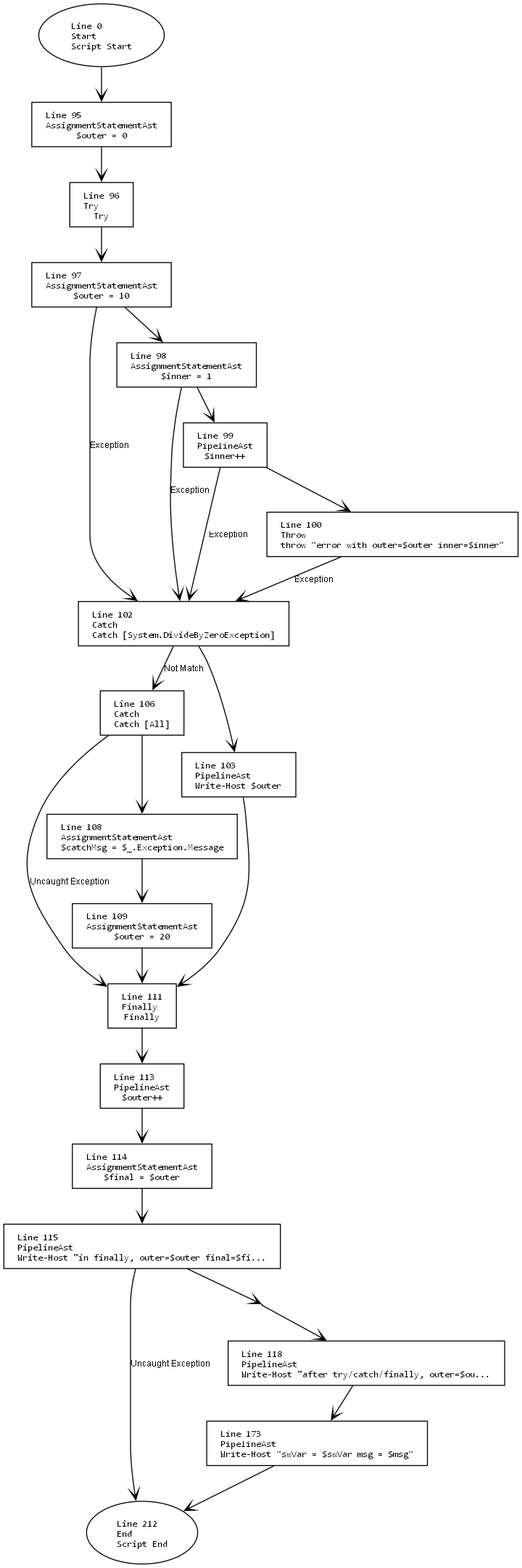
This is in/in.png from mine41/deob, a Graphviz export, as it was before one commit. Its source is kept beside it as in/in.dot.
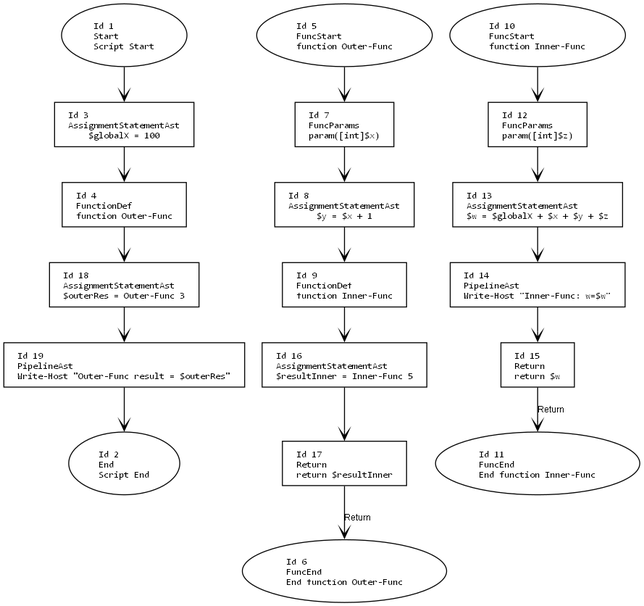
The same file after the commit.

What changed in the source:
```diff
@@ -10,50 +10,40 @@
     ];
     edge [fontname="Arial", arrowhead=vee, fontsize=9];
 
-    1 [label="Line 0\lStart\lScript Start", shape=oval];
-    2 [label="Line 212\lEnd\lScript End", shape=oval];
-    3 [label="Line 95\lAssignmentStatementAst\l$outer = 0", shape=box];
-    4 [label="Line 96\lTry\lTry", shape=box];
-    5 [label="Line 111\lFinally\lFinally", shape=box];
-    6 [label="Line 102\lCatch\lCatch [System.DivideByZeroException]", shape=box];
-    7 [label="Line 106\lCatch\lCatch [All]", shape=box];
-    8 [label="Line 97\lAssignmentStatementAst\l$outer = 10", shape=box];
-    9 [label="Line 98\lAssignmentStatementAst\l$inner = 1", shape=box];
-    10 [label="Line 99\lPipelineAst\l$inner++", shape=box];
-    11 [label="Line 100\lThrow\lthrow \"error with outer=$outer inner=$inner\"", shape=box];
-    12 [label="Line 103\lPipelineAst\lWrite-Host $outer", shape=box];
-    13 [label="Line 108\lAssignmentStatementAst\l$catchMsg = $_.Exception.Message", shape=box];
-    14 [label="Line 109\lAssignmentStatementAst\l$outer = 20", shape=box];
-    15 [label="Line 113\lPipelineAst\l$outer++", shape=box];
-    16 [label="Line 114\lAssignmentStatementAst\l$final = $outer", shape=box];
-    17 [label="Line 115\lPipelineAst\lWrite-Host \"in finally, outer=$outer final=$fi...", shape=box];
-    18 [label="Line 116\lMerge\lTry-End", shape=point];
-    19 [label="Line 118\lPipelineAst\lWrite-Host \"after try/catch/finally, outer=$ou...", shape=box];
-    20 [label="Line 173\lPipelineAst\lWrite-Host \"swVar = $swVar msg = $msg\"", shape=box];
+    1 [label="Id 1\lStart\lScript Start", shape=oval];
+    2 [label="Id 2\lEnd\lScript End", shape=oval];
+    3 [label="Id 3\lAssignmentStatementAst\l$globalX = 100", shape=box];
+    4 [label="Id 4\lFunctionDef\lfunction Outer-Func", shape=box];
+    5 [label="Id 5\lFuncStart\lfunction Outer-Func", shape=oval];
+    6 [label="Id 6\lFuncEnd\lEnd function Outer-Func", shape=oval];
+    7 [label="Id 7\lFuncParams\lparam([int]$x)", shape=box];
+    8 [label="Id 8\lAssignmentStatementAst\l$y = $x + 1", shape=box];
+    9 [label="Id 9\lFunctionDef\lfunction Inner-Func", shape=box];
+    10 [label="Id 10\lFuncStart\lfunction Inner-Func", shape=oval];
+    11 [label="Id 11\lFuncEnd\lEnd function Inner-Func", shape=oval];
+    12 [label="Id 12\lFuncParams\lparam([int]$z)", shape=box];
+    13 [label="Id 13\lAssignmentStatementAst\l$w = $globalX + $x + $y + $z", shape=box];
+    14 [label="Id 14\lPipelineAst\lWrite-Host \"Inner-Func: w=$w\"", shape=box];
+    15 [label="Id 15\lReturn\lreturn $w", shape=box];
+    16 [label="Id 16\lAssignmentStatementAst\l$resultInner = Inner-Func 5", shape=box];
+    17 [label="Id 17\lReturn\lreturn $resultInner", shape=box];
+    18 [label="Id 18\lAssignmentStatementAst\l$outerRes = Outer-Func 3", shape=box];
+    19 [label="Id 19\lPipelineAst\lWrite-Host \"Outer-Func result = $outerRes\"", shape=box];
 
     1 -> 3;
     3 -> 4;
-    4 -> 8;
+    5 -> 7;
+    7 -> 8;
     8 -> 9;
-    9 -> 10;
-    10 -> 11;
-    8 -> 6 [label="Exception"];
-    9 -> 6 [label="Exception"];
-    10 -> 6 [label="Exception"];
-    11 -> 6 [label="Exception"];
-    6 -> 12;
-    6 -> 7 [label="Not Match"];
-    7 -> 13;
+    10 -> 12;
+    12 -> 13;
     13 -> 14;
-    7 -> 5 [label="Uncaught Exception"];
-    12 -> 5;
-    14 -> 5;
-    5 -> 15;
-    15 -> 16;
+    14 -> 15;
+    15 -> 11 [label="Return"];
+    9 -> 16;
     16 -> 17;
-    17 -> 2 [label="Uncaught Exception"];
-    17 -> 18;
+    17 -> 6 [label="Return"];
+    4 -> 18;
     18 -> 19;
-    19 -> 20;
-    20 -> 2;
+    19 -> 2;
 }
```
